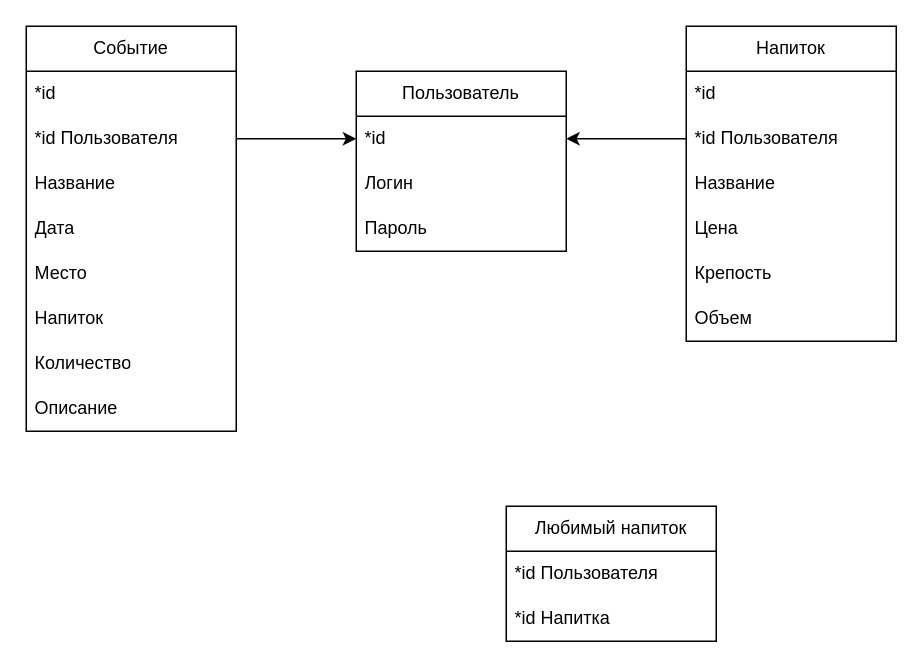
Earlier version of the draw.io diagram docs/relational.drawio (Urvatov/alco_calendar). Source tidied: cells renumbered, new cells numbered last; positions are measured from the earlier drawing's top-left corner, leaving out a move shared by most shapes. Both pictures are drawn from the tidied source at 150%, with x=0, y=0 at pixel (26, 26).
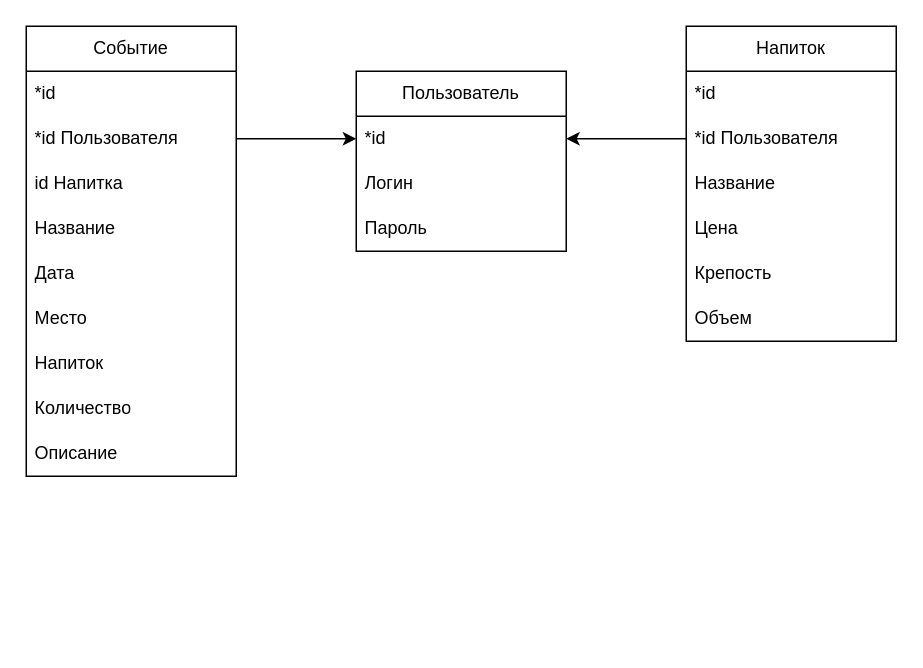
After the change.

What changed in the source:
```diff
@@
     <mxCell id="6" value="Событие" style="swimlane;fontStyle=0;horizontal=1;startSize=30;whiteSpace=wrap;html=1;" parent="1" vertex="1">
-      <mxGeometry width="140" height="270" as="geometry" />
+      <mxGeometry width="140" height="300" as="geometry" />
     </mxCell>
@@
+    <mxCell id="27" value="id Напитка" style="text;strokeColor=none;fillColor=none;align=left;verticalAlign=middle;spacingLeft=4;spacingRight=4;overflow=hidden;whiteSpace=wrap;html=1;" parent="6" vertex="1">
+      <mxGeometry y="90" width="140" height="30" as="geometry" />
+    </mxCell>
     <mxCell id="9" value="Название" style="text;strokeColor=none;fillColor=none;align=left;verticalAlign=middle;spacingLeft=4;spacingRight=4;overflow=hidden;whiteSpace=wrap;html=1;" parent="6" vertex="1">
-      <mxGeometry y="90" width="140" height="30" as="geometry" />
+      <mxGeometry y="120" width="140" height="30" as="geometry" />
     </mxCell>
     <mxCell id="10" value="Дата" style="text;strokeColor=none;fillColor=none;align=left;verticalAlign=middle;spacingLeft=4;spacingRight=4;overflow=hidden;whiteSpace=wrap;html=1;" parent="6" vertex="1">
-      <mxGeometry y="120" width="140" height="30" as="geometry" />
+      <mxGeometry y="150" width="140" height="30" as="geometry" />
     </mxCell>
     <mxCell id="11" value="Место" style="text;strokeColor=none;fillColor=none;align=left;verticalAlign=middle;spacingLeft=4;spacingRight=4;overflow=hidden;whiteSpace=wrap;html=1;" parent="6" vertex="1">
-      <mxGeometry y="150" width="140" height="30" as="geometry" />
+      <mxGeometry y="180" width="140" height="30" as="geometry" />
     </mxCell>
     <mxCell id="12" value="Напиток" style="text;strokeColor=none;fillColor=none;align=left;verticalAlign=middle;spacingLeft=4;spacingRight=4;overflow=hidden;whiteSpace=wrap;html=1;" parent="6" vertex="1">
-      <mxGeometry y="180" width="140" height="30" as="geometry" />
+      <mxGeometry y="210" width="140" height="30" as="geometry" />
     </mxCell>
     <mxCell id="13" value="Количество" style="text;strokeColor=none;fillColor=none;align=left;verticalAlign=middle;spacingLeft=4;spacingRight=4;overflow=hidden;whiteSpace=wrap;html=1;" parent="6" vertex="1">
-      <mxGeometry y="210" width="140" height="30" as="geometry" />
+      <mxGeometry y="240" width="140" height="30" as="geometry" />
     </mxCell>
     <mxCell id="14" value="Описание" style="text;strokeColor=none;fillColor=none;align=left;verticalAlign=middle;spacingLeft=4;spacingRight=4;overflow=hidden;whiteSpace=wrap;html=1;" parent="6" vertex="1">
-      <mxGeometry y="240" width="140" height="30" as="geometry" />
+      <mxGeometry y="270" width="140" height="30" as="geometry" />
     </mxCell>
@@
-    <mxCell id="24" value="Любимый напиток" style="swimlane;fontStyle=0;horizontal=1;startSize=30;whiteSpace=wrap;html=1;" parent="1" vertex="1">
-      <mxGeometry x="320" y="320" width="140" height="90" as="geometry" />
-    </mxCell>
-    <mxCell id="25" value="*id Пользователя" style="text;strokeColor=none;fillColor=none;align=left;verticalAlign=middle;spacingLeft=4;spacingRight=4;overflow=hidden;whiteSpace=wrap;html=1;" parent="24" vertex="1">
-      <mxGeometry y="30" width="140" height="30" as="geometry" />
-    </mxCell>
-    <mxCell id="26" value="*id Напитка" style="text;strokeColor=none;fillColor=none;align=left;verticalAlign=middle;spacingLeft=4;spacingRight=4;overflow=hidden;whiteSpace=wrap;html=1;" parent="24" vertex="1">
-      <mxGeometry y="60" width="140" height="30" as="geometry" />
-    </mxCell>
```
